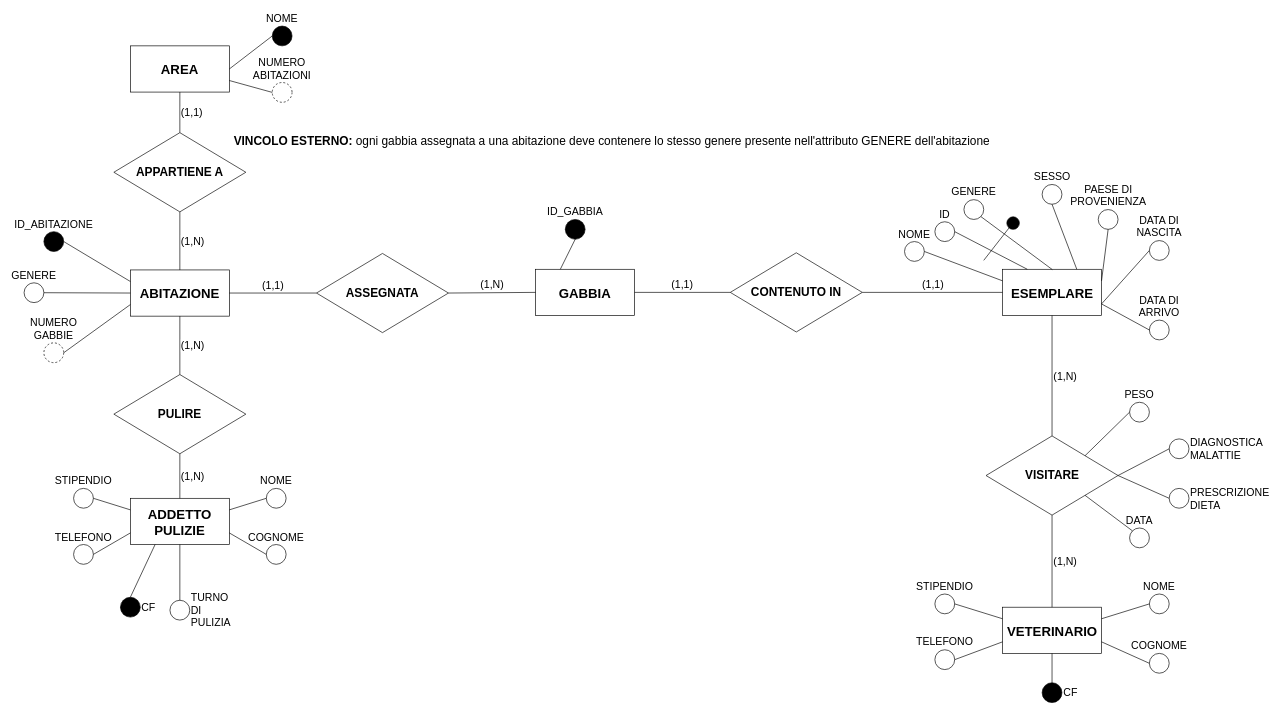
Before: 04_ER_Schema_v1 - Ristrutturato.drawio in DanielePassabi/Progetto-Laboratorio-BSD, a draw.io diagram. Source tidied: cells renumbered, new cells numbered last; positions are measured from the earlier drawing's top-left corner, leaving out a move shared by most shapes. Both pictures are drawn from the tidied source at 66%, with x=0, y=0 at pixel (24, 26).
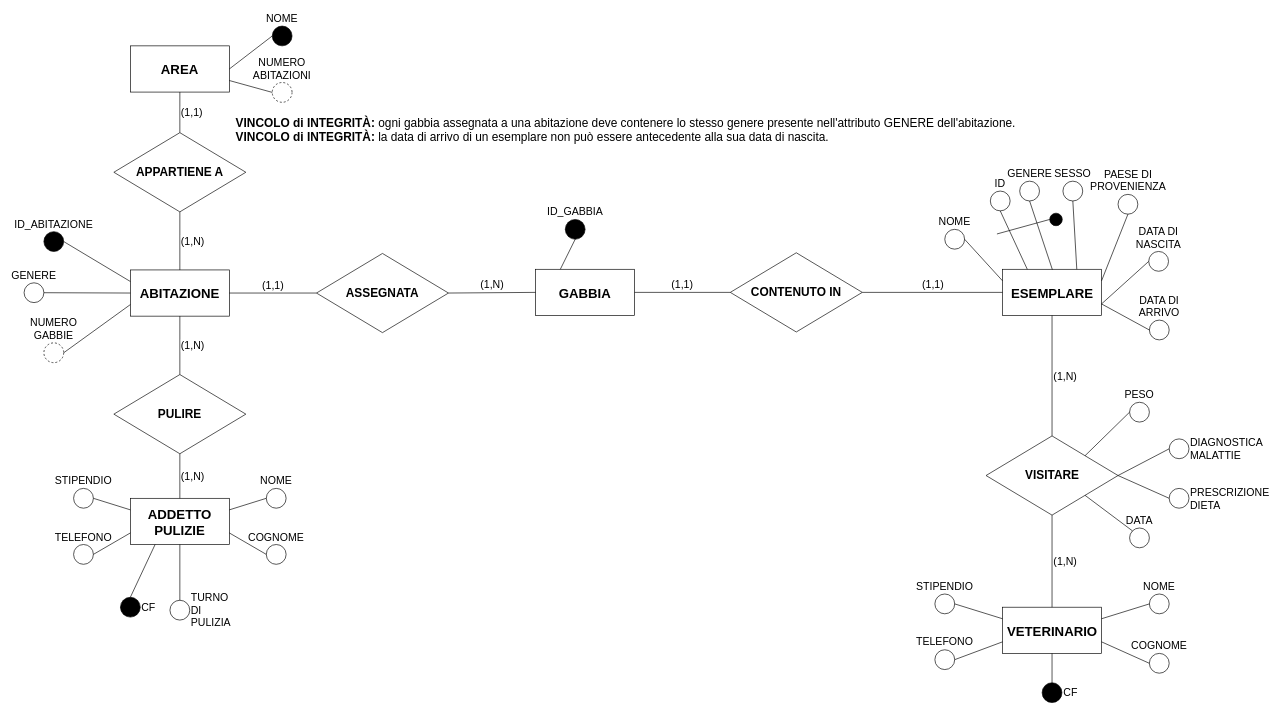
The same page after the edit.

Unchanged cells that the change refers to:
```xml
<mxCell id="2" value="&lt;font size=&quot;1&quot;&gt;&lt;b style=&quot;font-size: 20px&quot;&gt;ESEMPLARE&lt;/b&gt;&lt;/font&gt;" style="rounded=0;whiteSpace=wrap;html=1;" parent="1" vertex="1">
  <mxGeometry x="1482.5" y="368.5" width="150" height="70" as="geometry" />
</mxCell>
```

What changed in the source:
```diff
@@
     <mxCell id="21" value="ID" style="ellipse;html=1;fillColor=none;spacingBottom=0;fontSize=16;align=center;whiteSpace=wrap;labelPosition=center;verticalLabelPosition=top;verticalAlign=bottom;labelBackgroundColor=none;" parent="1" vertex="1">
-      <mxGeometry x="1380" y="296.5" width="30" height="30" as="geometry" />
+      <mxGeometry x="1464" y="250" width="30" height="30" as="geometry" />
     </mxCell>
@@
     <mxCell id="23" value="NOME" style="ellipse;html=1;fillColor=#FFFFFF;spacingBottom=0;fontSize=16;align=center;whiteSpace=wrap;labelPosition=center;verticalLabelPosition=top;verticalAlign=bottom;" parent="1" vertex="1">
-      <mxGeometry x="1334" y="326.5" width="30" height="30" as="geometry" />
+      <mxGeometry x="1395" y="308" width="30" height="30" as="geometry" />
     </mxCell>
     <mxCell id="24" value="PAESE DI PROVENIENZA" style="ellipse;html=1;fillColor=#FFFFFF;spacingBottom=0;fontSize=16;align=center;whiteSpace=wrap;labelPosition=center;verticalLabelPosition=top;verticalAlign=bottom;" parent="1" vertex="1">
-      <mxGeometry x="1627.5" y="278" width="30" height="30" as="geometry" />
+      <mxGeometry x="1657.5" y="255" width="30" height="30" as="geometry" />
     </mxCell>
     <mxCell id="25" value="SESSO" style="ellipse;html=1;fillColor=#FFFFFF;spacingBottom=0;fontSize=16;align=center;whiteSpace=wrap;labelPosition=center;verticalLabelPosition=top;verticalAlign=bottom;" parent="1" vertex="1">
-      <mxGeometry x="1542.5" y="240" width="30" height="30" as="geometry" />
+      <mxGeometry x="1574" y="235" width="30" height="30" as="geometry" />
     </mxCell>
     <mxCell id="26" value="DATA DI NASCITA" style="ellipse;html=1;fillColor=#FFFFFF;spacingBottom=0;fontSize=16;align=center;whiteSpace=wrap;labelPosition=center;verticalLabelPosition=top;verticalAlign=bottom;" parent="1" vertex="1">
-      <mxGeometry x="1705" y="325" width="30" height="30" as="geometry" />
+      <mxGeometry x="1704" y="341.5" width="30" height="30" as="geometry" />
     </mxCell>
@@
-    <mxCell id="56" style="endArrow=none;html=1;exitX=0.25;exitY=0;exitDx=0;exitDy=0;entryX=1;entryY=0.5;entryDx=0;entryDy=0;" parent="1" edge="1" source="2" target="21">
+    <mxCell id="56" style="endArrow=none;html=1;exitX=0.25;exitY=0;exitDx=0;exitDy=0;entryX=0.5;entryY=1;entryDx=0;entryDy=0;" parent="1" edge="1" source="2" target="21">
       <mxGeometry relative="1" as="geometry" />
     </mxCell>
@@
-    <mxCell id="62" value="&lt;font style=&quot;font-size: 18px&quot;&gt;&lt;b&gt;VINCOLO ESTERNO:&lt;/b&gt; ogni gabbia assegnata a una abitazione deve contenere lo stesso genere presente nell'attributo GENERE dell'abitazione&lt;/font&gt;" style="text;html=1;align=left;verticalAlign=top;spacingTop=-4;" parent="1" vertex="1">
-      <mxGeometry x="316" y="161.5" width="1160" height="20" as="geometry" />
+    <mxCell id="62" value="&lt;font style=&quot;font-size: 18px&quot;&gt;&lt;b&gt;VINCOLO di INTEGRITÀ:&lt;/b&gt;&amp;nbsp;la data di arrivo di un esemplare non può essere antecedente alla sua data di nascita.&lt;/font&gt;" style="text;html=1;align=left;verticalAlign=top;spacingTop=-4;" parent="1" vertex="1">
+      <mxGeometry x="318.5" y="155" width="910" height="20" as="geometry" />
     </mxCell>
@@
     <mxCell id="76" value="GENERE" style="ellipse;html=1;fillColor=#FFFFFF;spacingBottom=0;fontSize=16;align=center;whiteSpace=wrap;labelPosition=center;verticalLabelPosition=top;verticalAlign=bottom;" parent="1" vertex="1">
-      <mxGeometry x="1424" y="263" width="30" height="30" as="geometry" />
+      <mxGeometry x="1508.5" y="235" width="30" height="30" as="geometry" />
     </mxCell>
-    <mxCell id="77" style="endArrow=none;html=1;entryX=1;entryY=1;entryDx=0;entryDy=0;" parent="1" edge="1" target="76">
+    <mxCell id="77" style="endArrow=none;html=1;entryX=0.5;entryY=1;entryDx=0;entryDy=0;" parent="1" edge="1" target="76">
       <mxGeometry relative="1" as="geometry">
         <mxPoint x="1558" y="369" as="sourcePoint" />
       </mxGeometry>
     </mxCell>
-    <mxCell id="78" style="endArrow=none;html=1;" parent="1" edge="1">
+    <mxCell id="78" style="endArrow=none;html=1;exitX=0;exitY=0.5;exitDx=0;exitDy=0;" parent="1" edge="1" source="79">
       <mxGeometry relative="1" as="geometry">
-        <mxPoint x="1493" y="305" as="sourcePoint" />
-        <mxPoint x="1454" y="355" as="targetPoint" />
+        <mxPoint x="1474" y="315" as="targetPoint" />
       </mxGeometry>
     </mxCell>
     <mxCell id="79" style="ellipse;html=1;fillColor=#000000;spacingBottom=0;fontSize=16;align=center;whiteSpace=wrap;labelPosition=center;verticalLabelPosition=top;verticalAlign=bottom;" parent="1" vertex="1">
-      <mxGeometry x="1489" y="289" width="19" height="19" as="geometry" />
+      <mxGeometry x="1554" y="283.5" width="19" height="19" as="geometry" />
     </mxCell>
@@
+    <mxCell id="82" value="&lt;font style=&quot;font-size: 18px&quot;&gt;&lt;b&gt;VINCOLO di INTEGRITÀ:&lt;/b&gt; ogni gabbia assegnata a una abitazione deve contenere lo stesso genere presente nell'attributo GENERE dell'abitazione.&lt;/font&gt;" style="text;html=1;align=left;verticalAlign=top;spacingTop=-4;" parent="1" vertex="1">
+      <mxGeometry x="318.5" y="135" width="1200" height="20" as="geometry" />
+    </mxCell>
```
